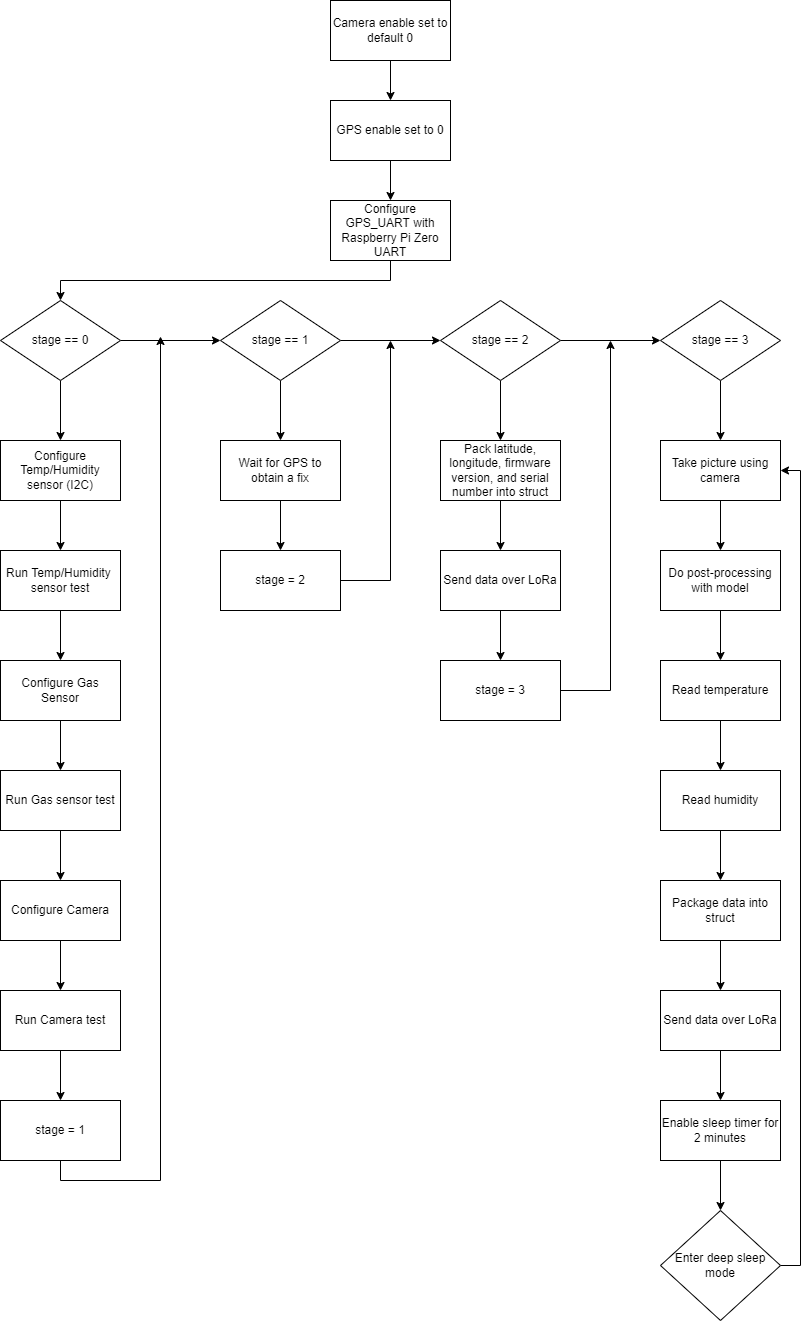
Above: diagrams/out/sw_diagram/Software_Flowchart_top.png in perch-sensing/g3-osi-sw (draw.io), before the change. Source tidied: cells renumbered, new cells last; positions are measured from the earlier drawing's top-left corner, leaving out a move shared by most shapes.
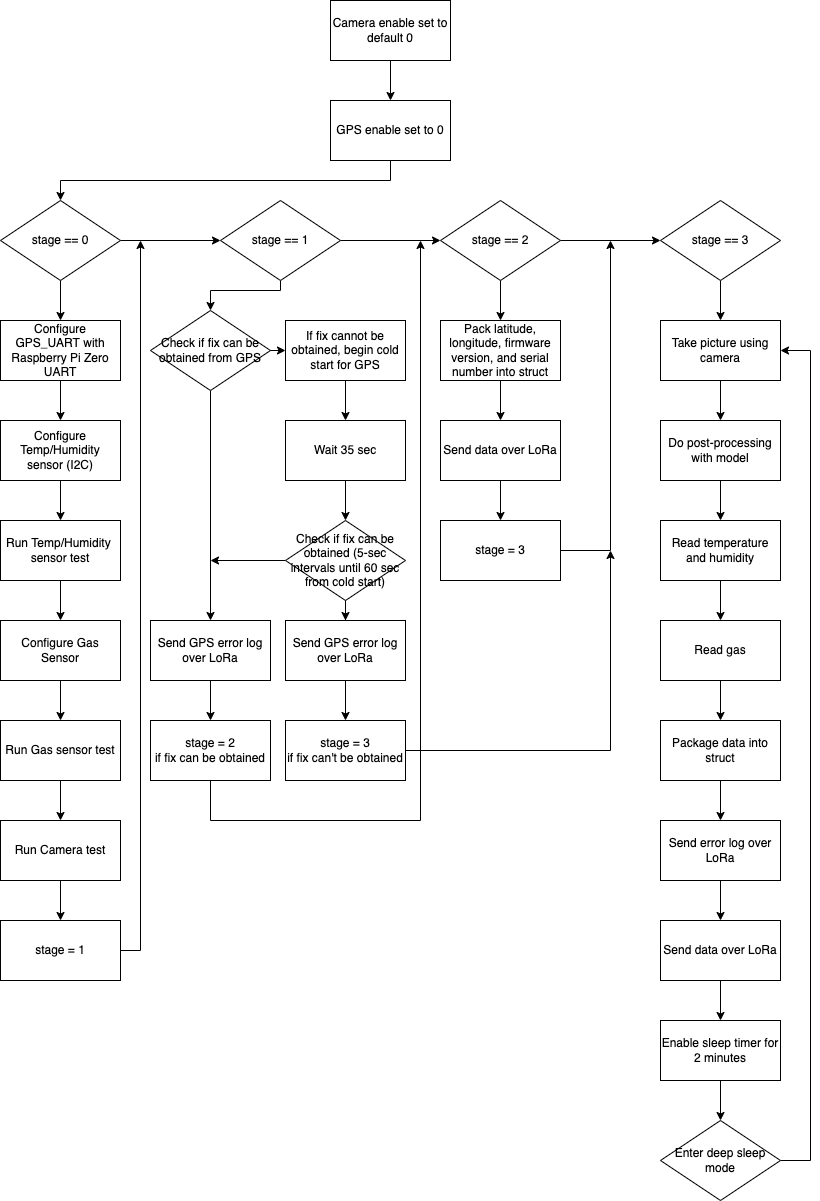
Above is the later version.

Commit message:
Updated top-level software flowchart

Diff of the diagram source:
```diff
@@ -10,4 +10,9 @@
     </mxCell>
-    <mxCell id="4" style="edgeStyle=orthogonalEdgeStyle;rounded=0;jettySize=auto;html=1;exitX=0.5;exitY=1;exitDx=0;exitDy=0;entryX=0.5;entryY=0;entryDx=0;entryDy=0;" parent="1" edge="1" source="5" target="7">
-      <mxGeometry relative="1" as="geometry" />
+    <mxCell id="4" style="edgeStyle=orthogonalEdgeStyle;rounded=0;jettySize=auto;html=1;exitX=0.5;exitY=1;exitDx=0;exitDy=0;entryX=0.5;entryY=0;entryDx=0;entryDy=0;" parent="1" edge="1" source="5" target="10">
+      <mxGeometry relative="1" as="geometry">
+        <Array as="points">
+          <mxPoint x="390" y="180" />
+          <mxPoint x="60" y="180" />
+        </Array>
+      </mxGeometry>
     </mxCell>
@@ -16,3 +21,3 @@
     </mxCell>
-    <mxCell id="6" style="edgeStyle=orthogonalEdgeStyle;rounded=0;jettySize=auto;html=1;exitX=0.5;exitY=1;exitDx=0;exitDy=0;entryX=0.5;entryY=0;entryDx=0;entryDy=0;" parent="1" edge="1" source="7" target="10">
+    <mxCell id="6" style="edgeStyle=orthogonalEdgeStyle;rounded=0;jettySize=auto;html=1;exitX=0.5;exitY=1;exitDx=0;exitDy=0;entryX=0.5;entryY=0;entryDx=0;entryDy=0;" parent="1" edge="1" source="7" target="22">
       <mxGeometry relative="1" as="geometry" />
@@ -20,5 +25,5 @@
     <mxCell id="7" value="Configure GPS_UART with Raspberry Pi Zero UART" style="rounded=0;whiteSpace=wrap;html=1;" parent="1" vertex="1">
-      <mxGeometry x="330" y="200" width="120" height="60" as="geometry" />
+      <mxGeometry y="320" width="120" height="60" as="geometry" />
     </mxCell>
-    <mxCell id="8" style="edgeStyle=orthogonalEdgeStyle;rounded=0;jettySize=auto;html=1;exitX=0.5;exitY=1;exitDx=0;exitDy=0;entryX=0.5;entryY=0;entryDx=0;entryDy=0;" parent="1" edge="1" source="10" target="22">
+    <mxCell id="8" style="edgeStyle=orthogonalEdgeStyle;rounded=0;jettySize=auto;html=1;exitX=0.5;exitY=1;exitDx=0;exitDy=0;entryX=0.5;entryY=0;entryDx=0;entryDy=0;" parent="1" edge="1" source="10" target="7">
       <mxGeometry relative="1" as="geometry" />
@@ -29,3 +34,3 @@
     <mxCell id="10" value="stage == 0" style="rhombus;whiteSpace=wrap;html=1;" parent="1" vertex="1">
-      <mxGeometry y="300" width="120" height="80" as="geometry" />
+      <mxGeometry y="200" width="120" height="80" as="geometry" />
     </mxCell>
@@ -34,7 +39,12 @@
     </mxCell>
-    <mxCell id="12" style="edgeStyle=orthogonalEdgeStyle;rounded=0;jettySize=auto;html=1;exitX=0.5;exitY=1;exitDx=0;exitDy=0;entryX=0.5;entryY=0;entryDx=0;entryDy=0;" parent="1" edge="1" source="13" target="32">
-      <mxGeometry relative="1" as="geometry" />
+    <mxCell id="12" style="edgeStyle=orthogonalEdgeStyle;rounded=0;jettySize=auto;html=1;exitX=0.5;exitY=1;exitDx=0;exitDy=0;entryX=0.5;entryY=0;entryDx=0;entryDy=0;" parent="1" edge="1" source="13" target="69">
+      <mxGeometry relative="1" as="geometry">
+        <Array as="points">
+          <mxPoint x="280" y="290" />
+          <mxPoint x="210" y="290" />
+        </Array>
+      </mxGeometry>
     </mxCell>
     <mxCell id="13" value="stage == 1" style="rhombus;whiteSpace=wrap;html=1;" parent="1" vertex="1">
-      <mxGeometry x="220" y="300" width="120" height="80" as="geometry" />
+      <mxGeometry x="220" y="200" width="120" height="80" as="geometry" />
     </mxCell>
@@ -47,3 +57,3 @@
     <mxCell id="16" value="stage == 2" style="rhombus;whiteSpace=wrap;html=1;" parent="1" vertex="1">
-      <mxGeometry x="440" y="300" width="120" height="80" as="geometry" />
+      <mxGeometry x="440" y="200" width="120" height="80" as="geometry" />
     </mxCell>
@@ -53,10 +63,7 @@
     <mxCell id="18" value="stage == 3" style="rhombus;whiteSpace=wrap;html=1;" parent="1" vertex="1">
-      <mxGeometry x="660" y="300" width="120" height="80" as="geometry" />
+      <mxGeometry x="660" y="200" width="120" height="80" as="geometry" />
     </mxCell>
-    <mxCell id="19" style="edgeStyle=orthogonalEdgeStyle;rounded=0;jettySize=auto;html=1;exitX=0.5;exitY=1;exitDx=0;exitDy=0;entryX=0.5;entryY=0;entryDx=0;entryDy=0;" parent="1" edge="1" source="20" target="30">
+    <mxCell id="19" style="edgeStyle=orthogonalEdgeStyle;rounded=0;jettySize=auto;html=1;exitX=0.5;exitY=1;exitDx=0;exitDy=0;entryX=0.5;entryY=0;entryDx=0;entryDy=0;" parent="1" edge="1" source="28" target="30">
       <mxGeometry relative="1" as="geometry" />
     </mxCell>
-    <mxCell id="20" value="Configure Camera" style="rounded=0;whiteSpace=wrap;html=1;" parent="1" vertex="1">
-      <mxGeometry y="880" width="120" height="60" as="geometry" />
-    </mxCell>
     <mxCell id="21" style="edgeStyle=orthogonalEdgeStyle;rounded=0;jettySize=auto;html=1;exitX=0.5;exitY=1;exitDx=0;exitDy=0;entryX=0.5;entryY=0;entryDx=0;entryDy=0;" parent="1" edge="1" source="22" target="26">
@@ -65,3 +72,3 @@
     <mxCell id="22" value="Configure Temp/Humidity sensor (I2C)" style="rounded=0;whiteSpace=wrap;html=1;" parent="1" vertex="1">
-      <mxGeometry y="440" width="120" height="60" as="geometry" />
+      <mxGeometry y="420" width="120" height="60" as="geometry" />
     </mxCell>
@@ -71,3 +78,3 @@
     <mxCell id="24" value="Configure Gas Sensor" style="rounded=0;whiteSpace=wrap;html=1;" parent="1" vertex="1">
-      <mxGeometry y="660" width="120" height="60" as="geometry" />
+      <mxGeometry y="620" width="120" height="60" as="geometry" />
     </mxCell>
@@ -77,9 +84,6 @@
     <mxCell id="26" value="Run Temp/Humidity&amp;nbsp; sensor test" style="rounded=0;whiteSpace=wrap;html=1;" parent="1" vertex="1">
-      <mxGeometry y="550" width="120" height="60" as="geometry" />
+      <mxGeometry y="520" width="120" height="60" as="geometry" />
     </mxCell>
-    <mxCell id="27" style="edgeStyle=orthogonalEdgeStyle;rounded=0;jettySize=auto;html=1;exitX=0.5;exitY=1;exitDx=0;exitDy=0;entryX=0.5;entryY=0;entryDx=0;entryDy=0;" parent="1" edge="1" source="28" target="20">
-      <mxGeometry relative="1" as="geometry" />
-    </mxCell>
     <mxCell id="28" value="Run Gas sensor test" style="rounded=0;whiteSpace=wrap;html=1;" parent="1" vertex="1">
-      <mxGeometry y="770" width="120" height="60" as="geometry" />
+      <mxGeometry y="720" width="120" height="60" as="geometry" />
     </mxCell>
@@ -89,10 +93,7 @@
     <mxCell id="30" value="Run Camera test" style="rounded=0;whiteSpace=wrap;html=1;" parent="1" vertex="1">
-      <mxGeometry y="990" width="120" height="60" as="geometry" />
+      <mxGeometry y="820" width="120" height="60" as="geometry" />
     </mxCell>
-    <mxCell id="31" style="edgeStyle=orthogonalEdgeStyle;rounded=0;jettySize=auto;html=1;exitX=0.5;exitY=1;exitDx=0;exitDy=0;entryX=0.5;entryY=0;entryDx=0;entryDy=0;" parent="1" edge="1" source="32" target="40">
+    <mxCell id="31" style="edgeStyle=orthogonalEdgeStyle;rounded=0;jettySize=auto;html=1;exitX=0.5;exitY=1;exitDx=0;exitDy=0;entryX=0.5;entryY=0;entryDx=0;entryDy=0;" parent="1" edge="1" source="69" target="73">
       <mxGeometry relative="1" as="geometry" />
     </mxCell>
-    <mxCell id="32" value="Wait for GPS to obtain a fix" style="rounded=0;whiteSpace=wrap;html=1;" parent="1" vertex="1">
-      <mxGeometry x="220" y="440" width="120" height="60" as="geometry" />
-    </mxCell>
     <mxCell id="33" style="edgeStyle=orthogonalEdgeStyle;rounded=0;jettySize=auto;html=1;exitX=0.5;exitY=1;exitDx=0;exitDy=0;entryX=0.5;entryY=0;entryDx=0;entryDy=0;" parent="1" edge="1" source="34" target="36">
@@ -101,3 +102,3 @@
     <mxCell id="34" value="Pack latitude, longitude, firmware version, and serial number into struct" style="rounded=0;whiteSpace=wrap;html=1;" parent="1" vertex="1">
-      <mxGeometry x="440" y="440" width="120" height="60" as="geometry" />
+      <mxGeometry x="440" y="320" width="120" height="60" as="geometry" />
     </mxCell>
@@ -107,7 +108,7 @@
     <mxCell id="36" value="Send data over LoRa" style="rounded=0;whiteSpace=wrap;html=1;" parent="1" vertex="1">
-      <mxGeometry x="440" y="550" width="120" height="60" as="geometry" />
+      <mxGeometry x="440" y="420" width="120" height="60" as="geometry" />
     </mxCell>
-    <mxCell id="37" style="edgeStyle=orthogonalEdgeStyle;rounded=0;jettySize=auto;html=1;exitX=0.5;exitY=1;exitDx=0;exitDy=0;" parent="1" edge="1" source="38">
+    <mxCell id="37" style="edgeStyle=orthogonalEdgeStyle;rounded=0;jettySize=auto;html=1;exitX=1;exitY=0.5;exitDx=0;exitDy=0;" parent="1" edge="1" source="38">
       <mxGeometry relative="1" as="geometry">
-        <mxPoint x="160" y="336" as="targetPoint" />
+        <mxPoint x="140" y="240" as="targetPoint" />
       </mxGeometry>
@@ -115,11 +116,15 @@
     <mxCell id="38" value="stage = 1" style="rounded=0;whiteSpace=wrap;html=1;" parent="1" vertex="1">
-      <mxGeometry y="1100" width="120" height="60" as="geometry" />
+      <mxGeometry y="920" width="120" height="60" as="geometry" />
     </mxCell>
-    <mxCell id="39" style="edgeStyle=orthogonalEdgeStyle;rounded=0;jettySize=auto;html=1;" parent="1" edge="1" source="40">
+    <mxCell id="39" style="edgeStyle=orthogonalEdgeStyle;rounded=0;jettySize=auto;html=1;exitX=0.5;exitY=1;exitDx=0;exitDy=0;" parent="1" edge="1" source="40">
       <mxGeometry relative="1" as="geometry">
-        <mxPoint x="390" y="340" as="targetPoint" />
+        <mxPoint x="420" y="240" as="targetPoint" />
+        <Array as="points">
+          <mxPoint x="210" y="820" />
+          <mxPoint x="420" y="820" />
+        </Array>
       </mxGeometry>
     </mxCell>
-    <mxCell id="40" value="stage = 2" style="rounded=0;whiteSpace=wrap;html=1;" parent="1" vertex="1">
-      <mxGeometry x="220" y="550" width="120" height="60" as="geometry" />
+    <mxCell id="40" value="stage = 2&lt;br&gt;if fix can be obtained" style="rounded=0;whiteSpace=wrap;html=1;" parent="1" vertex="1">
+      <mxGeometry x="150" y="720" width="120" height="60" as="geometry" />
     </mxCell>
@@ -127,3 +132,3 @@
       <mxGeometry relative="1" as="geometry">
-        <mxPoint x="610" y="340" as="targetPoint" />
+        <mxPoint x="610" y="240" as="targetPoint" />
       </mxGeometry>
@@ -131,3 +136,3 @@
     <mxCell id="42" value="stage = 3" style="rounded=0;whiteSpace=wrap;html=1;" parent="1" vertex="1">
-      <mxGeometry x="440" y="660" width="120" height="60" as="geometry" />
+      <mxGeometry x="440" y="520" width="120" height="60" as="geometry" />
     </mxCell>
@@ -137,3 +142,3 @@
     <mxCell id="44" value="Take picture using camera" style="rounded=0;whiteSpace=wrap;html=1;" parent="1" vertex="1">
-      <mxGeometry x="660" y="440" width="120" height="60" as="geometry" />
+      <mxGeometry x="660" y="320" width="120" height="60" as="geometry" />
     </mxCell>
@@ -143,3 +148,3 @@
     <mxCell id="46" value="Do post-processing with model" style="rounded=0;whiteSpace=wrap;html=1;" parent="1" vertex="1">
-      <mxGeometry x="660" y="550" width="120" height="60" as="geometry" />
+      <mxGeometry x="660" y="420" width="120" height="60" as="geometry" />
     </mxCell>
@@ -148,4 +153,4 @@
     </mxCell>
-    <mxCell id="48" value="Read temperature" style="rounded=0;whiteSpace=wrap;html=1;" parent="1" vertex="1">
-      <mxGeometry x="660" y="660" width="120" height="60" as="geometry" />
+    <mxCell id="48" value="Read temperature and humidity" style="rounded=0;whiteSpace=wrap;html=1;" parent="1" vertex="1">
+      <mxGeometry x="660" y="520" width="120" height="60" as="geometry" />
     </mxCell>
@@ -154,6 +159,6 @@
     </mxCell>
-    <mxCell id="50" value="Read humidity" style="rounded=0;whiteSpace=wrap;html=1;" parent="1" vertex="1">
-      <mxGeometry x="660" y="770" width="120" height="60" as="geometry" />
+    <mxCell id="50" value="Read gas" style="rounded=0;whiteSpace=wrap;html=1;" parent="1" vertex="1">
+      <mxGeometry x="660" y="620" width="120" height="60" as="geometry" />
     </mxCell>
-    <mxCell id="51" style="edgeStyle=orthogonalEdgeStyle;rounded=0;jettySize=auto;html=1;exitX=0.5;exitY=1;exitDx=0;exitDy=0;entryX=0.5;entryY=0;entryDx=0;entryDy=0;" parent="1" edge="1" source="52" target="54">
+    <mxCell id="51" style="edgeStyle=orthogonalEdgeStyle;rounded=0;jettySize=auto;html=1;exitX=0.5;exitY=1;exitDx=0;exitDy=0;entryX=0.5;entryY=0;entryDx=0;entryDy=0;" parent="1" edge="1" source="52" target="60">
       <mxGeometry relative="1" as="geometry" />
@@ -161,3 +166,3 @@
     <mxCell id="52" value="Package data into struct" style="rounded=0;whiteSpace=wrap;html=1;" parent="1" vertex="1">
-      <mxGeometry x="660" y="880" width="120" height="60" as="geometry" />
+      <mxGeometry x="660" y="720" width="120" height="60" as="geometry" />
     </mxCell>
@@ -167,3 +172,3 @@
     <mxCell id="54" value="Send data over LoRa" style="rounded=0;whiteSpace=wrap;html=1;" parent="1" vertex="1">
-      <mxGeometry x="660" y="990" width="120" height="60" as="geometry" />
+      <mxGeometry x="660" y="920" width="120" height="60" as="geometry" />
     </mxCell>
@@ -173,10 +178,74 @@
     <mxCell id="56" value="Enable sleep timer for 2 minutes" style="rounded=0;whiteSpace=wrap;html=1;" parent="1" vertex="1">
-      <mxGeometry x="660" y="1100" width="120" height="60" as="geometry" />
+      <mxGeometry x="660" y="1020" width="120" height="60" as="geometry" />
     </mxCell>
     <mxCell id="57" style="edgeStyle=orthogonalEdgeStyle;rounded=0;jettySize=auto;html=1;exitX=1;exitY=0.5;exitDx=0;exitDy=0;entryX=1;entryY=0.5;entryDx=0;entryDy=0;" parent="1" edge="1" source="58" target="44">
-      <mxGeometry relative="1" as="geometry" />
+      <mxGeometry relative="1" as="geometry">
+        <Array as="points">
+          <mxPoint x="810" y="1160" />
+          <mxPoint x="810" y="350" />
+        </Array>
+      </mxGeometry>
     </mxCell>
     <mxCell id="58" value="Enter deep sleep mode" style="rhombus;whiteSpace=wrap;html=1;" parent="1" vertex="1">
-      <mxGeometry x="660" y="1210" width="120" height="110" as="geometry" />
+      <mxGeometry x="660" y="1120" width="120" height="80" as="geometry" />
     </mxCell>
+    <mxCell id="59" style="edgeStyle=orthogonalEdgeStyle;rounded=0;jettySize=auto;html=1;entryX=0.5;entryY=0;entryDx=0;entryDy=0;" parent="1" edge="1" source="60" target="54">
+      <mxGeometry relative="1" as="geometry" />
+    </mxCell>
+    <mxCell id="60" value="Send error log over LoRa" style="rounded=0;whiteSpace=wrap;html=1;" parent="1" vertex="1">
+      <mxGeometry x="660" y="820" width="120" height="60" as="geometry" />
+    </mxCell>
+    <mxCell id="61" style="edgeStyle=orthogonalEdgeStyle;rounded=0;jettySize=auto;html=1;entryX=0.5;entryY=0;entryDx=0;entryDy=0;" parent="1" edge="1" source="63" target="71">
+      <mxGeometry relative="1" as="geometry" />
+    </mxCell>
+    <mxCell id="62" style="edgeStyle=orthogonalEdgeStyle;rounded=0;jettySize=auto;html=1;exitX=0;exitY=0.5;exitDx=0;exitDy=0;" parent="1" edge="1" source="63">
+      <mxGeometry relative="1" as="geometry">
+        <mxPoint x="210" y="560" as="targetPoint" />
+      </mxGeometry>
+    </mxCell>
+    <mxCell id="63" value="Check if fix can be obtained (5-sec intervals until 60 sec from cold start)" style="rhombus;html=1;whiteSpace=wrap;spacing=1;" parent="1" vertex="1">
+      <mxGeometry x="285" y="520" width="120" height="80" as="geometry" />
+    </mxCell>
+    <mxCell id="64" style="edgeStyle=orthogonalEdgeStyle;rounded=0;jettySize=auto;html=1;entryX=0.5;entryY=0;entryDx=0;entryDy=0;" parent="1" edge="1" source="65" target="67">
+      <mxGeometry relative="1" as="geometry" />
+    </mxCell>
+    <mxCell id="65" value="If fix cannot be obtained, begin cold start for GPS" style="rounded=0;whiteSpace=wrap;html=1;" parent="1" vertex="1">
+      <mxGeometry x="285" y="320" width="120" height="60" as="geometry" />
+    </mxCell>
+    <mxCell id="66" style="edgeStyle=orthogonalEdgeStyle;rounded=0;jettySize=auto;html=1;entryX=0.5;entryY=0;entryDx=0;entryDy=0;" parent="1" edge="1" source="67" target="63">
+      <mxGeometry relative="1" as="geometry" />
+    </mxCell>
+    <mxCell id="67" value="Wait 35 sec" style="rounded=0;whiteSpace=wrap;html=1;" parent="1" vertex="1">
+      <mxGeometry x="285" y="420" width="120" height="60" as="geometry" />
+    </mxCell>
+    <mxCell id="68" style="edgeStyle=orthogonalEdgeStyle;rounded=0;jettySize=auto;html=1;exitX=1;exitY=0.5;exitDx=0;exitDy=0;entryX=0;entryY=0.5;entryDx=0;entryDy=0;" parent="1" edge="1" source="69" target="65">
+      <mxGeometry relative="1" as="geometry">
+        <Array as="points">
+          <mxPoint x="285" y="350" />
+        </Array>
+      </mxGeometry>
+    </mxCell>
+    <mxCell id="69" value="Check if fix can be obtained from GPS" style="rhombus;whiteSpace=wrap;html=1;" parent="1" vertex="1">
+      <mxGeometry x="150" y="310" width="120" height="80" as="geometry" />
+    </mxCell>
+    <mxCell id="70" style="edgeStyle=orthogonalEdgeStyle;rounded=0;jettySize=auto;html=1;fontSize=6;" parent="1" edge="1" source="71" target="75">
+      <mxGeometry relative="1" as="geometry" />
+    </mxCell>
+    <mxCell id="71" value="Send GPS error log over LoRa" style="rounded=0;whiteSpace=wrap;html=1;" parent="1" vertex="1">
+      <mxGeometry x="285" y="620" width="120" height="60" as="geometry" />
+    </mxCell>
+    <mxCell id="72" style="edgeStyle=orthogonalEdgeStyle;rounded=0;jettySize=auto;html=1;entryX=0.5;entryY=0;entryDx=0;entryDy=0;fontSize=6;" parent="1" edge="1" source="73" target="40">
+      <mxGeometry relative="1" as="geometry" />
+    </mxCell>
+    <mxCell id="73" value="Send GPS error log over LoRa" style="rounded=0;whiteSpace=wrap;html=1;" parent="1" vertex="1">
+      <mxGeometry x="150" y="620" width="120" height="60" as="geometry" />
+    </mxCell>
+    <mxCell id="74" style="edgeStyle=orthogonalEdgeStyle;rounded=0;jettySize=auto;html=1;fontSize=6;" parent="1" edge="1" source="75">
+      <mxGeometry relative="1" as="geometry">
+        <mxPoint x="610" y="550" as="targetPoint" />
+      </mxGeometry>
+    </mxCell>
+    <mxCell id="75" value="stage = 3&lt;br&gt;if fix can't be obtained" style="rounded=0;whiteSpace=wrap;html=1;" parent="1" vertex="1">
+      <mxGeometry x="285" y="720" width="120" height="60" as="geometry" />
+    </mxCell>
   </root>
```
